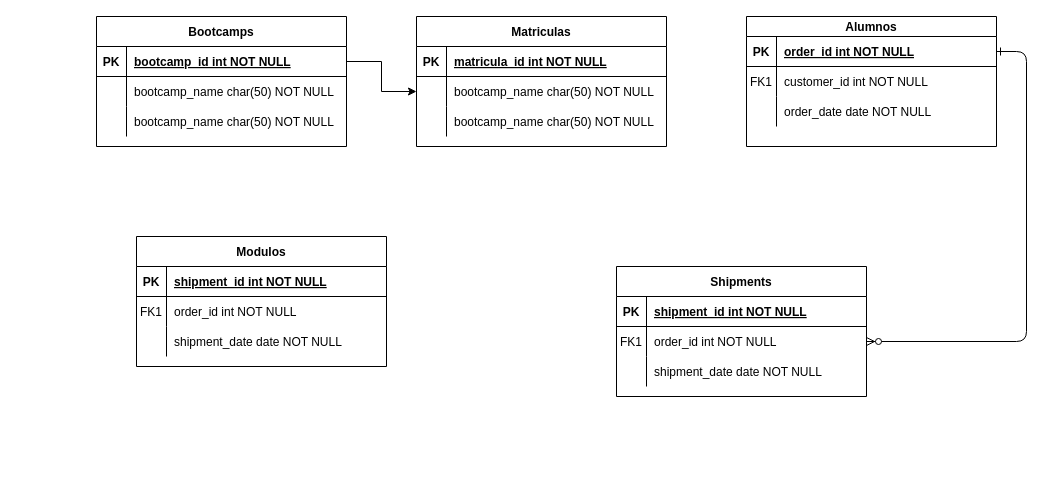
jaimegonzalezc/KC-Practica-SQL keeps this draw.io diagram as Ejercicio_1.drawio. Above is the earlier version. Source tidied: cells renumbered, new cells numbered last; positions are measured from the earlier drawing's top-left corner, leaving out a move shared by most shapes. Both pictures are drawn from the tidied source at 100%, with x=0, y=0 at pixel (96, 16).
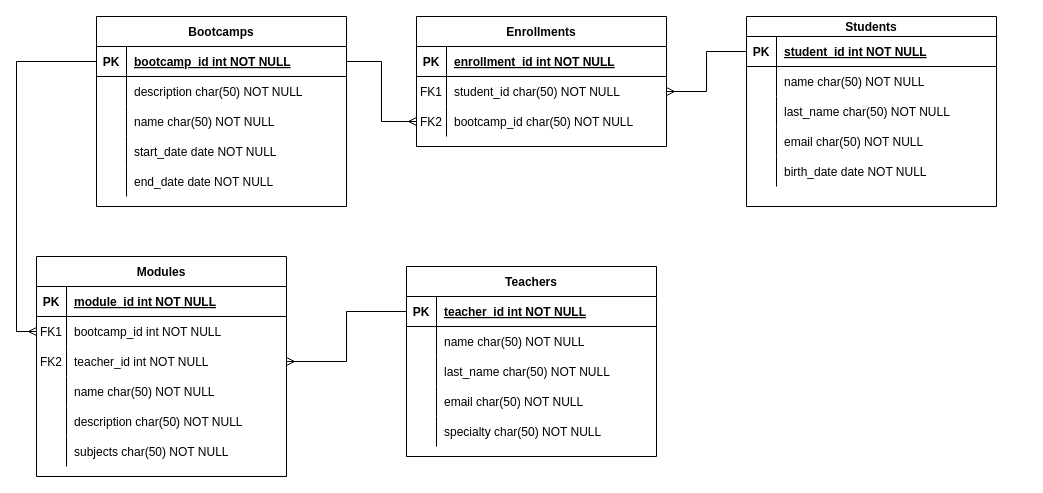
Above is the later version.

Unchanged cells that the change refers to:
```xml
<mxCell id="4" style="shape=partialRectangle;fillColor=none;points=[[0,0.5],[1,0.5]];portConstraint=eastwest;top=0;left=0;right=0;bottom=1;" parent="3" vertex="1">
  <mxGeometry y="20" width="250" height="30" as="geometry" />
</mxCell>
<mxCell id="24" style="shape=partialRectangle;fillColor=none;points=[[0,0.5],[1,0.5]];portConstraint=eastwest;top=0;left=0;right=0;bottom=1;" parent="23" vertex="1">
  <mxGeometry y="30" width="250" height="30" as="geometry" />
</mxCell>
<mxCell id="27" style="shape=partialRectangle;fillColor=none;top=0;left=0;right=0;bottom=0;" parent="23" vertex="1">
  <mxGeometry y="60" width="250" height="30" as="geometry" />
</mxCell>
<mxCell id="30" style="shape=partialRectangle;fillColor=none;top=0;left=0;right=0;bottom=0;" parent="23" vertex="1">
  <mxGeometry y="90" width="250" height="30" as="geometry" />
</mxCell>
<mxCell id="34" style="shape=partialRectangle;fillColor=none;top=0;left=0;right=0;bottom=1;" parent="33" vertex="1">
  <mxGeometry y="30" width="250" height="30" as="geometry" />
</mxCell>
<mxCell id="37" style="shape=partialRectangle;fillColor=none;points=[[0,0.5],[1,0.5]];portConstraint=eastwest;top=0;left=0;right=0;bottom=0;" parent="33" vertex="1">
  <mxGeometry y="60" width="250" height="30" as="geometry" />
</mxCell>
<mxCell id="44" style="shape=partialRectangle;fillColor=none;top=0;left=0;right=0;bottom=1;" parent="43" vertex="1">
  <mxGeometry y="30" width="250" height="30" as="geometry" />
</mxCell>
<mxCell id="47" style="shape=partialRectangle;fillColor=none;points=[[0,0.5],[1,0.5]];portConstraint=eastwest;top=0;left=0;right=0;bottom=0;" parent="43" vertex="1">
  <mxGeometry y="60" width="250" height="30" as="geometry" />
</mxCell>
<mxCell id="50" style="shape=partialRectangle;fillColor=none;points=[[0,0.5],[1,0.5]];portConstraint=eastwest;top=0;left=0;right=0;bottom=0;" parent="43" vertex="1">
  <mxGeometry y="90" width="250" height="30" as="geometry" />
</mxCell>
```

The edit, as a diff of the source:
```diff
@@
-    <mxCell id="2" style="edgeStyle=entityRelationEdgeStyle;endArrow=ERzeroToMany;startArrow=ERone;endFill=1;startFill=0;" parent="1" edge="1" source="4" target="17">
-      <mxGeometry relative="1" as="geometry" />
-    </mxCell>
-    <mxCell id="3" value="Alumnos" style="shape=table;startSize=20;childLayout=tableLayout;rowLines=0;fontStyle=1;align=center;" parent="1" vertex="1">
-      <mxGeometry x="650" width="250" height="130" as="geometry" />
+    <mxCell id="3" value="Students" style="shape=table;startSize=20;childLayout=tableLayout;rowLines=0;fontStyle=1;align=center;" parent="1" vertex="1">
+      <mxGeometry x="650" width="250" height="190" as="geometry" />
     </mxCell>
@@
-    <mxCell id="6" value="order_id int NOT NULL " style="shape=partialRectangle;overflow=hidden;fillColor=none;top=0;left=0;bottom=0;right=0;align=left;spacingLeft=6;fontStyle=5;" parent="4" vertex="1">
+    <mxCell id="6" value="student_id int NOT NULL " style="shape=partialRectangle;overflow=hidden;fillColor=none;top=0;left=0;bottom=0;right=0;align=left;spacingLeft=6;fontStyle=5;" parent="4" vertex="1">
       <mxGeometry x="30" width="220" height="30" as="geometry" />
     </mxCell>
-    <mxCell id="7" style="shape=partialRectangle;fillColor=none;top=0;left=0;right=0;bottom=0;" parent="3" vertex="1">
-      <mxGeometry y="50" width="250" height="30" as="geometry" />
-    </mxCell>
-    <mxCell id="8" value="FK1" style="shape=partialRectangle;overflow=hidden;fillColor=none;top=0;left=0;bottom=0;right=0;" parent="7" vertex="1">
-      <mxGeometry width="30" height="30" as="geometry" />
-    </mxCell>
-    <mxCell id="9" value="customer_id int NOT NULL" style="shape=partialRectangle;overflow=hidden;fillColor=none;top=0;left=0;bottom=0;right=0;align=left;spacingLeft=6;" parent="7" vertex="1">
-      <mxGeometry x="30" width="220" height="30" as="geometry" />
-    </mxCell>
     <mxCell id="10" style="shape=partialRectangle;fillColor=none;top=0;left=0;right=0;bottom=0;" parent="3" vertex="1">
-      <mxGeometry y="80" width="250" height="30" as="geometry" />
+      <mxGeometry y="50" width="250" height="30" as="geometry" />
     </mxCell>
@@
-    <mxCell id="12" value="order_date date NOT NULL" style="shape=partialRectangle;overflow=hidden;fillColor=none;top=0;left=0;bottom=0;right=0;align=left;spacingLeft=6;" parent="10" vertex="1">
+    <mxCell id="12" value="name char(50) NOT NULL" style="shape=partialRectangle;overflow=hidden;fillColor=none;top=0;left=0;bottom=0;right=0;align=left;spacingLeft=6;" parent="10" vertex="1">
       <mxGeometry x="30" width="220" height="30" as="geometry" />
     </mxCell>
-    <mxCell id="13" value="Shipments" style="shape=table;startSize=30;childLayout=tableLayout;rowLines=0;fontStyle=1;align=center;" parent="1" vertex="1">
-      <mxGeometry x="520" y="250" width="250" height="130" as="geometry" />
-    </mxCell>
-    <mxCell id="14" style="shape=partialRectangle;fillColor=none;points=[[0,0.5],[1,0.5]];portConstraint=eastwest;top=0;left=0;right=0;bottom=1;" parent="13" vertex="1">
-      <mxGeometry y="30" width="250" height="30" as="geometry" />
-    </mxCell>
-    <mxCell id="15" value="PK" style="shape=partialRectangle;overflow=hidden;fillColor=none;top=0;left=0;bottom=0;right=0;fontStyle=1;" parent="14" vertex="1">
-      <mxGeometry width="30" height="30" as="geometry" />
-    </mxCell>
-    <mxCell id="16" value="shipment_id int NOT NULL " style="shape=partialRectangle;overflow=hidden;fillColor=none;top=0;left=0;bottom=0;right=0;align=left;spacingLeft=6;fontStyle=5;" parent="14" vertex="1">
-      <mxGeometry x="30" width="220" height="30" as="geometry" />
-    </mxCell>
-    <mxCell id="17" style="shape=partialRectangle;fillColor=none;points=[[0,0.5],[1,0.5]];portConstraint=eastwest;top=0;left=0;right=0;bottom=0;" parent="13" vertex="1">
-      <mxGeometry y="60" width="250" height="30" as="geometry" />
-    </mxCell>
-    <mxCell id="18" value="FK1" style="shape=partialRectangle;overflow=hidden;fillColor=none;top=0;left=0;bottom=0;right=0;" parent="17" vertex="1">
-      <mxGeometry width="30" height="30" as="geometry" />
-    </mxCell>
-    <mxCell id="19" value="order_id int NOT NULL" style="shape=partialRectangle;overflow=hidden;fillColor=none;top=0;left=0;bottom=0;right=0;align=left;spacingLeft=6;" parent="17" vertex="1">
-      <mxGeometry x="30" width="220" height="30" as="geometry" />
-    </mxCell>
-    <mxCell id="20" style="shape=partialRectangle;fillColor=none;top=0;left=0;right=0;bottom=0;" parent="13" vertex="1">
-      <mxGeometry y="90" width="250" height="30" as="geometry" />
-    </mxCell>
-    <mxCell id="21" style="shape=partialRectangle;overflow=hidden;fillColor=none;top=0;left=0;bottom=0;right=0;" parent="20" vertex="1">
-      <mxGeometry width="30" height="30" as="geometry" />
-    </mxCell>
-    <mxCell id="22" value="shipment_date date NOT NULL" style="shape=partialRectangle;overflow=hidden;fillColor=none;top=0;left=0;bottom=0;right=0;align=left;spacingLeft=6;" parent="20" vertex="1">
-      <mxGeometry x="30" width="220" height="30" as="geometry" />
-    </mxCell>
+    <mxCell id="54" style="shape=partialRectangle;fillColor=none;top=0;left=0;right=0;bottom=0;" parent="3" vertex="1">
+      <mxGeometry y="80" width="250" height="30" as="geometry" />
+    </mxCell>
+    <mxCell id="55" style="shape=partialRectangle;overflow=hidden;fillColor=none;top=0;left=0;bottom=0;right=0;" parent="54" vertex="1">
+      <mxGeometry width="30" height="30" as="geometry" />
+    </mxCell>
+    <mxCell id="56" value="last_name char(50) NOT NULL" style="shape=partialRectangle;overflow=hidden;fillColor=none;top=0;left=0;bottom=0;right=0;align=left;spacingLeft=6;" parent="54" vertex="1">
+      <mxGeometry x="30" width="220" height="30" as="geometry" />
+    </mxCell>
+    <mxCell id="57" style="shape=partialRectangle;fillColor=none;top=0;left=0;right=0;bottom=0;" parent="3" vertex="1">
+      <mxGeometry y="110" width="250" height="30" as="geometry" />
+    </mxCell>
+    <mxCell id="58" style="shape=partialRectangle;overflow=hidden;fillColor=none;top=0;left=0;bottom=0;right=0;" parent="57" vertex="1">
+      <mxGeometry width="30" height="30" as="geometry" />
+    </mxCell>
+    <mxCell id="59" value="email char(50) NOT NULL" style="shape=partialRectangle;overflow=hidden;fillColor=none;top=0;left=0;bottom=0;right=0;align=left;spacingLeft=6;" parent="57" vertex="1">
+      <mxGeometry x="30" width="220" height="30" as="geometry" />
+    </mxCell>
+    <mxCell id="60" style="shape=partialRectangle;fillColor=none;top=0;left=0;right=0;bottom=0;" parent="3" vertex="1">
+      <mxGeometry y="140" width="250" height="30" as="geometry" />
+    </mxCell>
+    <mxCell id="61" style="shape=partialRectangle;overflow=hidden;fillColor=none;top=0;left=0;bottom=0;right=0;" parent="60" vertex="1">
+      <mxGeometry width="30" height="30" as="geometry" />
+    </mxCell>
+    <mxCell id="62" value="birth_date date NOT NULL" style="shape=partialRectangle;overflow=hidden;fillColor=none;top=0;left=0;bottom=0;right=0;align=left;spacingLeft=6;" parent="60" vertex="1">
+      <mxGeometry x="30" width="220" height="30" as="geometry" />
+    </mxCell>
     <mxCell id="23" value="Bootcamps" style="shape=table;startSize=30;childLayout=tableLayout;rowLines=0;fontStyle=1;align=center;" parent="1" vertex="1">
-      <mxGeometry width="250" height="130" as="geometry" />
+      <mxGeometry width="250" height="190" as="geometry" />
     </mxCell>
@@
-    <mxCell id="29" value="bootcamp_name char(50) NOT NULL" style="shape=partialRectangle;overflow=hidden;fillColor=none;top=0;left=0;bottom=0;right=0;align=left;spacingLeft=6;" parent="27" vertex="1">
+    <mxCell id="29" value="description char(50) NOT NULL" style="shape=partialRectangle;overflow=hidden;fillColor=none;top=0;left=0;bottom=0;right=0;align=left;spacingLeft=6;" parent="27" vertex="1">
       <mxGeometry x="30" width="220" height="30" as="geometry" />
     </mxCell>
@@
-    <mxCell id="32" value="bootcamp_name char(50) NOT NULL" style="shape=partialRectangle;overflow=hidden;fillColor=none;top=0;left=0;bottom=0;right=0;align=left;spacingLeft=6;" parent="30" vertex="1">
+    <mxCell id="32" value="name char(50) NOT NULL" style="shape=partialRectangle;overflow=hidden;fillColor=none;top=0;left=0;bottom=0;right=0;align=left;spacingLeft=6;" parent="30" vertex="1">
       <mxGeometry x="30" width="220" height="30" as="geometry" />
     </mxCell>
+    <mxCell id="63" style="shape=partialRectangle;fillColor=none;top=0;left=0;right=0;bottom=0;" parent="23" vertex="1">
+      <mxGeometry y="120" width="250" height="30" as="geometry" />
+    </mxCell>
+    <mxCell id="64" style="shape=partialRectangle;overflow=hidden;fillColor=none;top=0;left=0;bottom=0;right=0;" parent="63" vertex="1">
+      <mxGeometry width="30" height="30" as="geometry" />
+    </mxCell>
+    <mxCell id="65" value="start_date date NOT NULL" style="shape=partialRectangle;overflow=hidden;fillColor=none;top=0;left=0;bottom=0;right=0;align=left;spacingLeft=6;" parent="63" vertex="1">
+      <mxGeometry x="30" width="220" height="30" as="geometry" />
+    </mxCell>
+    <mxCell id="66" style="shape=partialRectangle;fillColor=none;top=0;left=0;right=0;bottom=0;" parent="23" vertex="1">
+      <mxGeometry y="150" width="250" height="30" as="geometry" />
+    </mxCell>
+    <mxCell id="67" style="shape=partialRectangle;overflow=hidden;fillColor=none;top=0;left=0;bottom=0;right=0;" parent="66" vertex="1">
+      <mxGeometry width="30" height="30" as="geometry" />
+    </mxCell>
+    <mxCell id="68" value="end_date date NOT NULL" style="shape=partialRectangle;overflow=hidden;fillColor=none;top=0;left=0;bottom=0;right=0;align=left;spacingLeft=6;" parent="66" vertex="1">
+      <mxGeometry x="30" width="220" height="30" as="geometry" />
+    </mxCell>
-    <mxCell id="33" value="Modulos" style="shape=table;startSize=30;childLayout=tableLayout;rowLines=0;fontStyle=1;align=center;" parent="1" vertex="1">
-      <mxGeometry x="40" y="220" width="250" height="130" as="geometry" />
+    <mxCell id="33" value="Modules" style="shape=table;startSize=30;childLayout=tableLayout;rowLines=0;fontStyle=1;align=center;" parent="1" vertex="1">
+      <mxGeometry x="-60" y="240" width="250" height="220" as="geometry" />
     </mxCell>
@@
-    <mxCell id="36" value="shipment_id int NOT NULL " style="shape=partialRectangle;overflow=hidden;fillColor=none;top=0;left=0;bottom=0;right=0;align=left;spacingLeft=6;fontStyle=5;" parent="34" vertex="1">
+    <mxCell id="36" value="module_id int NOT NULL " style="shape=partialRectangle;overflow=hidden;fillColor=none;top=0;left=0;bottom=0;right=0;align=left;spacingLeft=6;fontStyle=5;" parent="34" vertex="1">
       <mxGeometry x="30" width="220" height="30" as="geometry" />
     </mxCell>
@@
-    <mxCell id="39" value="order_id int NOT NULL" style="shape=partialRectangle;overflow=hidden;fillColor=none;top=0;left=0;bottom=0;right=0;align=left;spacingLeft=6;" parent="37" vertex="1">
+    <mxCell id="39" value="bootcamp_id int NOT NULL" style="shape=partialRectangle;overflow=hidden;fillColor=none;top=0;left=0;bottom=0;right=0;align=left;spacingLeft=6;" parent="37" vertex="1">
       <mxGeometry x="30" width="220" height="30" as="geometry" />
     </mxCell>
+    <mxCell id="69" style="shape=partialRectangle;fillColor=none;points=[[0,0.5],[1,0.5]];portConstraint=eastwest;top=0;left=0;right=0;bottom=0;" parent="33" vertex="1">
+      <mxGeometry y="90" width="250" height="30" as="geometry" />
+    </mxCell>
+    <mxCell id="70" value="FK2" style="shape=partialRectangle;overflow=hidden;fillColor=none;top=0;left=0;bottom=0;right=0;" parent="69" vertex="1">
+      <mxGeometry width="30" height="30" as="geometry" />
+    </mxCell>
+    <mxCell id="71" value="teacher_id int NOT NULL" style="shape=partialRectangle;overflow=hidden;fillColor=none;top=0;left=0;bottom=0;right=0;align=left;spacingLeft=6;" parent="69" vertex="1">
+      <mxGeometry x="30" width="220" height="30" as="geometry" />
+    </mxCell>
     <mxCell id="40" style="shape=partialRectangle;fillColor=none;top=0;left=0;right=0;bottom=0;" parent="33" vertex="1">
-      <mxGeometry y="90" width="250" height="30" as="geometry" />
+      <mxGeometry y="120" width="250" height="30" as="geometry" />
     </mxCell>
@@
-    <mxCell id="42" value="shipment_date date NOT NULL" style="shape=partialRectangle;overflow=hidden;fillColor=none;top=0;left=0;bottom=0;right=0;align=left;spacingLeft=6;" parent="40" vertex="1">
+    <mxCell id="42" value="name char(50) NOT NULL" style="shape=partialRectangle;overflow=hidden;fillColor=none;top=0;left=0;bottom=0;right=0;align=left;spacingLeft=6;" parent="40" vertex="1">
       <mxGeometry x="30" width="220" height="30" as="geometry" />
     </mxCell>
+    <mxCell id="72" style="shape=partialRectangle;fillColor=none;top=0;left=0;right=0;bottom=0;" parent="33" vertex="1">
+      <mxGeometry y="150" width="250" height="30" as="geometry" />
+    </mxCell>
+    <mxCell id="73" style="shape=partialRectangle;overflow=hidden;fillColor=none;top=0;left=0;bottom=0;right=0;" parent="72" vertex="1">
+      <mxGeometry width="30" height="30" as="geometry" />
+    </mxCell>
+    <mxCell id="74" value="description char(50) NOT NULL" style="shape=partialRectangle;overflow=hidden;fillColor=none;top=0;left=0;bottom=0;right=0;align=left;spacingLeft=6;" parent="72" vertex="1">
+      <mxGeometry x="30" width="220" height="30" as="geometry" />
+    </mxCell>
+    <mxCell id="75" style="shape=partialRectangle;fillColor=none;top=0;left=0;right=0;bottom=0;" parent="33" vertex="1">
+      <mxGeometry y="180" width="250" height="30" as="geometry" />
+    </mxCell>
+    <mxCell id="76" style="shape=partialRectangle;overflow=hidden;fillColor=none;top=0;left=0;bottom=0;right=0;" parent="75" vertex="1">
+      <mxGeometry width="30" height="30" as="geometry" />
+    </mxCell>
+    <mxCell id="77" value="subjects char(50) NOT NULL" style="shape=partialRectangle;overflow=hidden;fillColor=none;top=0;left=0;bottom=0;right=0;align=left;spacingLeft=6;" parent="75" vertex="1">
+      <mxGeometry x="30" width="220" height="30" as="geometry" />
+    </mxCell>
-    <mxCell id="43" value="Matriculas" style="shape=table;startSize=30;childLayout=tableLayout;rowLines=0;fontStyle=1;align=center;" parent="1" vertex="1">
+    <mxCell id="43" value="Enrollments" style="shape=table;startSize=30;childLayout=tableLayout;rowLines=0;fontStyle=1;align=center;" parent="1" vertex="1">
       <mxGeometry x="320" width="250" height="130" as="geometry" />
     </mxCell>
@@
-    <mxCell id="46" value="matricula_id int NOT NULL " style="shape=partialRectangle;overflow=hidden;fillColor=none;top=0;left=0;bottom=0;right=0;align=left;spacingLeft=6;fontStyle=5;" parent="44" vertex="1">
+    <mxCell id="46" value="enrollment_id int NOT NULL " style="shape=partialRectangle;overflow=hidden;fillColor=none;top=0;left=0;bottom=0;right=0;align=left;spacingLeft=6;fontStyle=5;" parent="44" vertex="1">
       <mxGeometry x="30" width="220" height="30" as="geometry" />
     </mxCell>
@@
-    <mxCell id="48" style="shape=partialRectangle;overflow=hidden;fillColor=none;top=0;left=0;bottom=0;right=0;" parent="47" vertex="1">
+    <mxCell id="48" value="FK1" style="shape=partialRectangle;overflow=hidden;fillColor=none;top=0;left=0;bottom=0;right=0;" parent="47" vertex="1">
       <mxGeometry width="30" height="30" as="geometry" />
     </mxCell>
-    <mxCell id="49" value="bootcamp_name char(50) NOT NULL" style="shape=partialRectangle;overflow=hidden;fillColor=none;top=0;left=0;bottom=0;right=0;align=left;spacingLeft=6;" parent="47" vertex="1">
+    <mxCell id="49" value="student_id char(50) NOT NULL" style="shape=partialRectangle;overflow=hidden;fillColor=none;top=0;left=0;bottom=0;right=0;align=left;spacingLeft=6;" parent="47" vertex="1">
       <mxGeometry x="30" width="220" height="30" as="geometry" />
     </mxCell>
@@
-    <mxCell id="51" style="shape=partialRectangle;overflow=hidden;fillColor=none;top=0;left=0;bottom=0;right=0;" parent="50" vertex="1">
+    <mxCell id="51" value="FK2" style="shape=partialRectangle;overflow=hidden;fillColor=none;top=0;left=0;bottom=0;right=0;" parent="50" vertex="1">
       <mxGeometry width="30" height="30" as="geometry" />
     </mxCell>
-    <mxCell id="52" value="bootcamp_name char(50) NOT NULL" style="shape=partialRectangle;overflow=hidden;fillColor=none;top=0;left=0;bottom=0;right=0;align=left;spacingLeft=6;" parent="50" vertex="1">
+    <mxCell id="52" value="bootcamp_id char(50) NOT NULL" style="shape=partialRectangle;overflow=hidden;fillColor=none;top=0;left=0;bottom=0;right=0;align=left;spacingLeft=6;" parent="50" vertex="1">
       <mxGeometry x="30" width="220" height="30" as="geometry" />
     </mxCell>
-    <mxCell id="53" style="edgeStyle=orthogonalEdgeStyle;rounded=0;jettySize=auto;html=1;exitX=1;exitY=0.5;exitDx=0;exitDy=0;entryX=0;entryY=0.5;entryDx=0;entryDy=0;" parent="1" edge="1" source="24" target="47">
+    <mxCell id="53" style="edgeStyle=orthogonalEdgeStyle;rounded=0;jettySize=auto;html=1;exitX=1;exitY=0.5;exitDx=0;exitDy=0;entryX=0;entryY=0.5;entryDx=0;entryDy=0;endArrow=ERmany;endFill=0;" parent="1" edge="1" source="24" target="50">
       <mxGeometry relative="1" as="geometry" />
     </mxCell>
+    <mxCell id="78" value="Teachers" style="shape=table;startSize=30;childLayout=tableLayout;rowLines=0;fontStyle=1;align=center;" parent="1" vertex="1">
+      <mxGeometry x="310" y="250" width="250" height="190" as="geometry" />
+    </mxCell>
+    <mxCell id="14" style="shape=partialRectangle;fillColor=none;points=[[0,0.5],[1,0.5]];portConstraint=eastwest;top=0;left=0;right=0;bottom=1;" parent="78" vertex="1">
+      <mxGeometry y="30" width="250" height="30" as="geometry" />
+    </mxCell>
+    <mxCell id="15" value="PK" style="shape=partialRectangle;overflow=hidden;fillColor=none;top=0;left=0;bottom=0;right=0;fontStyle=1;" parent="14" vertex="1">
+      <mxGeometry width="30" height="30" as="geometry" />
+    </mxCell>
+    <mxCell id="79" value="teacher_id int NOT NULL " style="shape=partialRectangle;overflow=hidden;fillColor=none;top=0;left=0;bottom=0;right=0;align=left;spacingLeft=6;fontStyle=5;" parent="14" vertex="1">
+      <mxGeometry x="30" width="220" height="30" as="geometry" />
+    </mxCell>
+    <mxCell id="17" style="shape=partialRectangle;fillColor=none;points=[[0,0.5],[1,0.5]];portConstraint=eastwest;top=0;left=0;right=0;bottom=0;" parent="78" vertex="1">
+      <mxGeometry y="60" width="250" height="30" as="geometry" />
+    </mxCell>
+    <mxCell id="80" style="shape=partialRectangle;overflow=hidden;fillColor=none;top=0;left=0;bottom=0;right=0;" parent="17" vertex="1">
+      <mxGeometry width="30" height="30" as="geometry" />
+    </mxCell>
+    <mxCell id="81" value="name char(50) NOT NULL" style="shape=partialRectangle;overflow=hidden;fillColor=none;top=0;left=0;bottom=0;right=0;align=left;spacingLeft=6;" parent="17" vertex="1">
+      <mxGeometry x="30" width="220" height="30" as="geometry" />
+    </mxCell>
+    <mxCell id="82" style="shape=partialRectangle;fillColor=none;top=0;left=0;right=0;bottom=0;" parent="78" vertex="1">
+      <mxGeometry y="90" width="250" height="30" as="geometry" />
+    </mxCell>
+    <mxCell id="83" style="shape=partialRectangle;overflow=hidden;fillColor=none;top=0;left=0;bottom=0;right=0;" parent="82" vertex="1">
+      <mxGeometry width="30" height="30" as="geometry" />
+    </mxCell>
+    <mxCell id="84" value="last_name char(50) NOT NULL" style="shape=partialRectangle;overflow=hidden;fillColor=none;top=0;left=0;bottom=0;right=0;align=left;spacingLeft=6;" parent="82" vertex="1">
+      <mxGeometry x="30" width="220" height="30" as="geometry" />
+    </mxCell>
+    <mxCell id="85" style="shape=partialRectangle;fillColor=none;top=0;left=0;right=0;bottom=0;" parent="78" vertex="1">
+      <mxGeometry y="120" width="250" height="30" as="geometry" />
+    </mxCell>
+    <mxCell id="86" style="shape=partialRectangle;overflow=hidden;fillColor=none;top=0;left=0;bottom=0;right=0;" parent="85" vertex="1">
+      <mxGeometry width="30" height="30" as="geometry" />
+    </mxCell>
+    <mxCell id="87" value="email char(50) NOT NULL" style="shape=partialRectangle;overflow=hidden;fillColor=none;top=0;left=0;bottom=0;right=0;align=left;spacingLeft=6;" parent="85" vertex="1">
+      <mxGeometry x="30" width="220" height="30" as="geometry" />
+    </mxCell>
+    <mxCell id="88" style="shape=partialRectangle;fillColor=none;top=0;left=0;right=0;bottom=0;" parent="78" vertex="1">
+      <mxGeometry y="150" width="250" height="30" as="geometry" />
+    </mxCell>
+    <mxCell id="89" style="shape=partialRectangle;overflow=hidden;fillColor=none;top=0;left=0;bottom=0;right=0;" parent="88" vertex="1">
+      <mxGeometry width="30" height="30" as="geometry" />
+    </mxCell>
+    <mxCell id="90" value="specialty char(50) NOT NULL" style="shape=partialRectangle;overflow=hidden;fillColor=none;top=0;left=0;bottom=0;right=0;align=left;spacingLeft=6;" parent="88" vertex="1">
+      <mxGeometry x="30" width="220" height="30" as="geometry" />
+    </mxCell>
+    <mxCell id="91" style="edgeStyle=orthogonalEdgeStyle;rounded=0;jettySize=auto;html=1;endArrow=ERmany;endFill=0;" parent="1" edge="1" source="4" target="47">
+      <mxGeometry relative="1" as="geometry" />
+    </mxCell>
+    <mxCell id="92" style="edgeStyle=orthogonalEdgeStyle;rounded=0;jettySize=auto;html=1;entryX=0;entryY=0.5;entryDx=0;entryDy=0;endArrow=ERmany;endFill=0;" parent="1" edge="1" source="24" target="37">
+      <mxGeometry relative="1" as="geometry" />
+    </mxCell>
+    <mxCell id="93" style="edgeStyle=orthogonalEdgeStyle;rounded=0;jettySize=auto;html=1;endArrow=ERmany;endFill=0;" parent="1" edge="1" source="14" target="69">
+      <mxGeometry relative="1" as="geometry" />
+    </mxCell>
```
